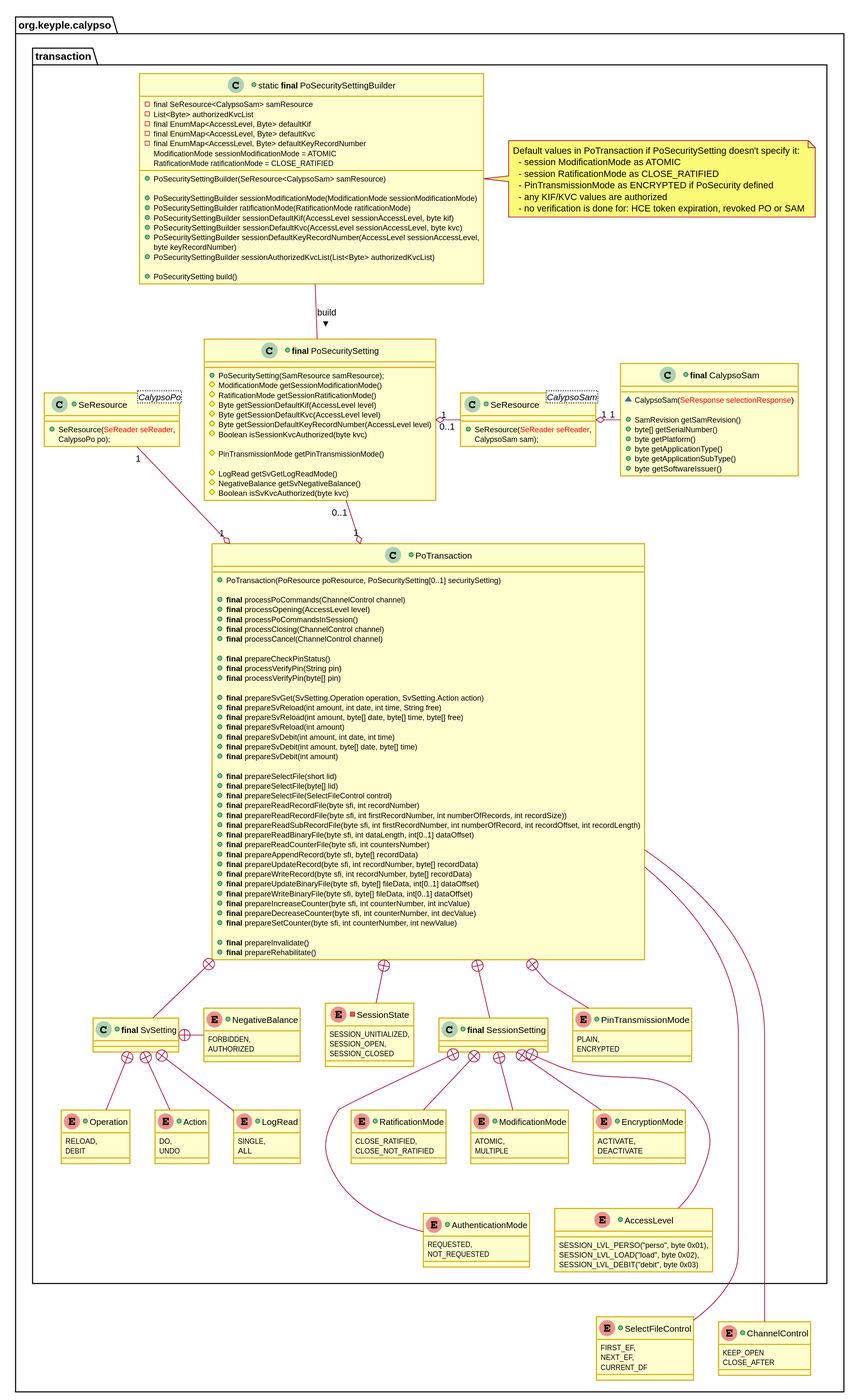
The PlantUML diagram docs/KeypleCalypsoApi/ApplicationApi/img/KeypleCalypso_ApplicationApi_ClassDiag_Transaction_PoTransaction_0_9_0.svg in calypsonet/keyple, before a commit.
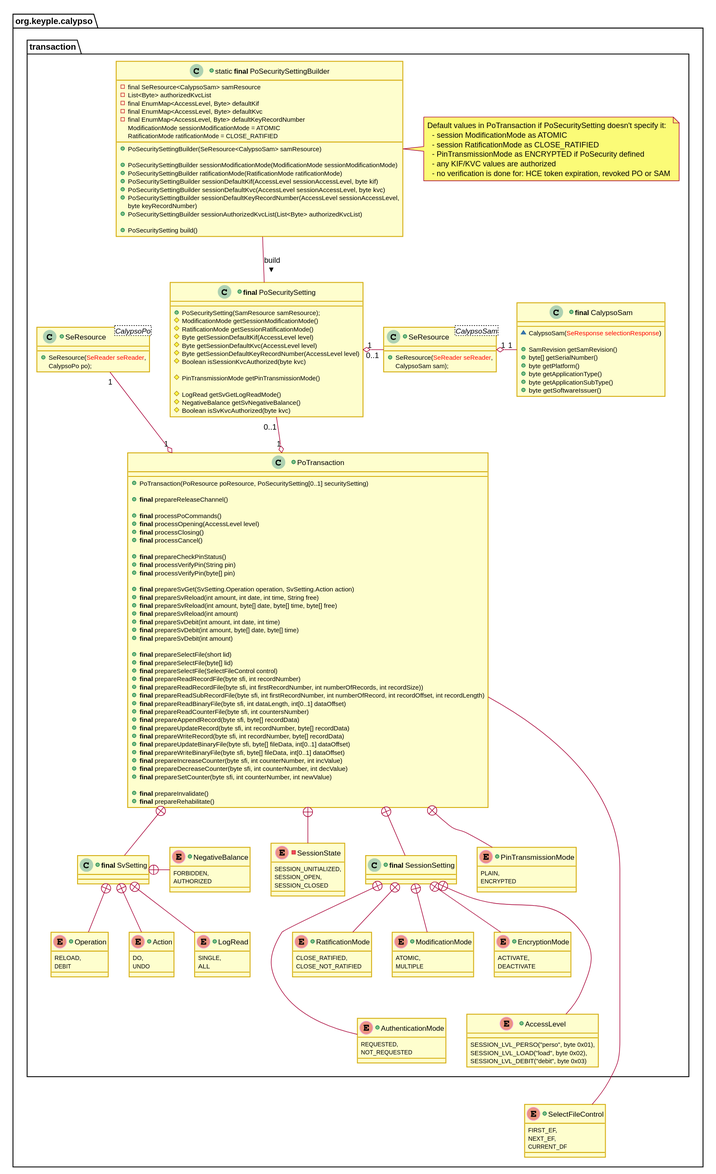
The same file after the commit.

Commit message:
SE channel release fixes

What changed in the source:
```diff
@@ -113,11 +113,12 @@
 +class PoTransaction {
   +PoTransaction(PoResource poResource, PoSecuritySetting[0..1] securitySetting)
 
-  +<b>final</b> processPoCommands(ChannelControl channel)
+  +<b>final</b> prepareReleaseChannel()
+
+  +<b>final</b> processPoCommands()
   +<b>final</b> processOpening(AccessLevel level)
-  +<b>final</b> processPoCommandsInSession()
-  +<b>final</b> processClosing(ChannelControl channel)
-  +<b>final</b> processCancel(ChannelControl channel)
+  +<b>final</b> processClosing()
+  +<b>final</b> processCancel()
 
   +<b>final</b> prepareCheckPinStatus()
   +<b>final</b> processVerifyPin(String pin)
@@ -251,13 +252,7 @@
   CURRENT_DF
 }
 
-+enum ChannelControl {
-  KEEP_OPEN
-  CLOSE_AFTER
-}
   PoTransaction -- SelectFileControl
-  PoTransaction -- ChannelControl
   AuthenticationMode -down[hidden]- SelectFileControl
-  ChannelControl -left[hidden]- SelectFileControl
 }
 @enduml
```
